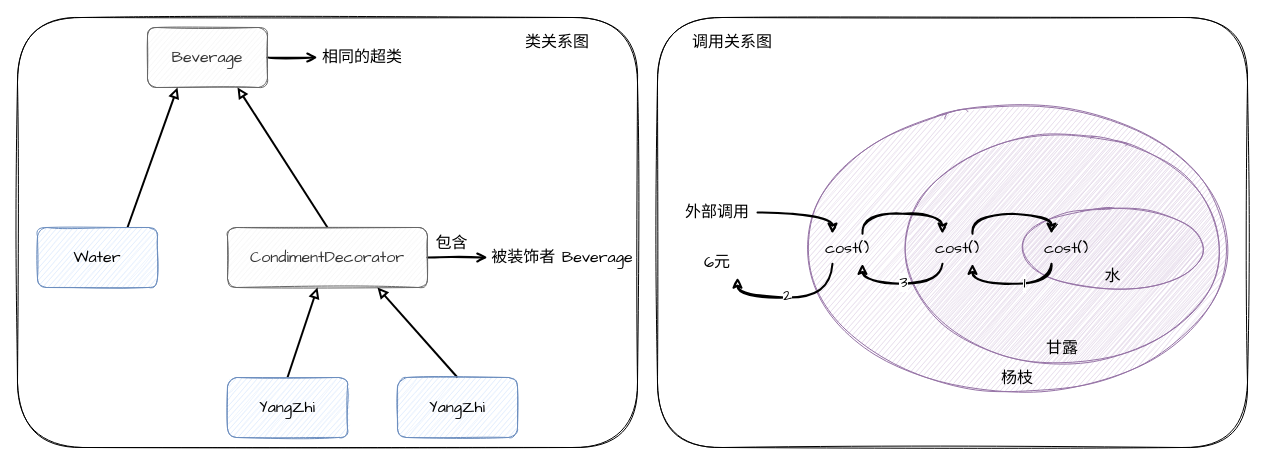
Above: images/装饰者模式.drawio in FangYuan33/head-first-design-patterns (draw.io), before the change. Source tidied: cells renumbered, new cells numbered last; positions are measured from the earlier drawing's top-left corner, leaving out a move shared by most shapes. Both pictures are drawn from the tidied source at 100%, with x=0, y=0 at pixel (17, 17).
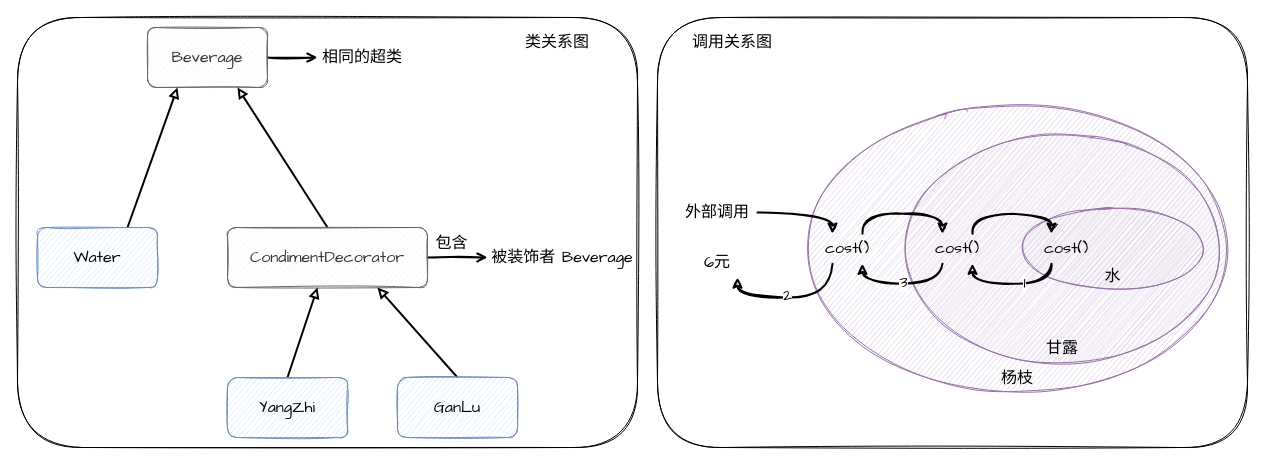
The same diagram, later.

Commit message (it also covers changes not shown here):
修改图片信息

Change to the diagram source:
```diff
@@
-    <mxCell id="14" value="&lt;font style=&quot;font-size: 16px;&quot; face=&quot;Comic Sans MS&quot;&gt;YangZhi&lt;/font&gt;" style="rounded=1;whiteSpace=wrap;html=1;sketch=1;fillColor=#dae8fc;strokeColor=#6c8ebf;" parent="1" vertex="1">
+    <mxCell id="14" value="&lt;font face=&quot;Comic Sans MS&quot;&gt;&lt;span style=&quot;font-size: 16px;&quot;&gt;GanLu&lt;/span&gt;&lt;/font&gt;" style="rounded=1;whiteSpace=wrap;html=1;sketch=1;fillColor=#dae8fc;strokeColor=#6c8ebf;" parent="1" vertex="1">
       <mxGeometry x="380" y="360" width="120" height="60" as="geometry" />
     </mxCell>
```
